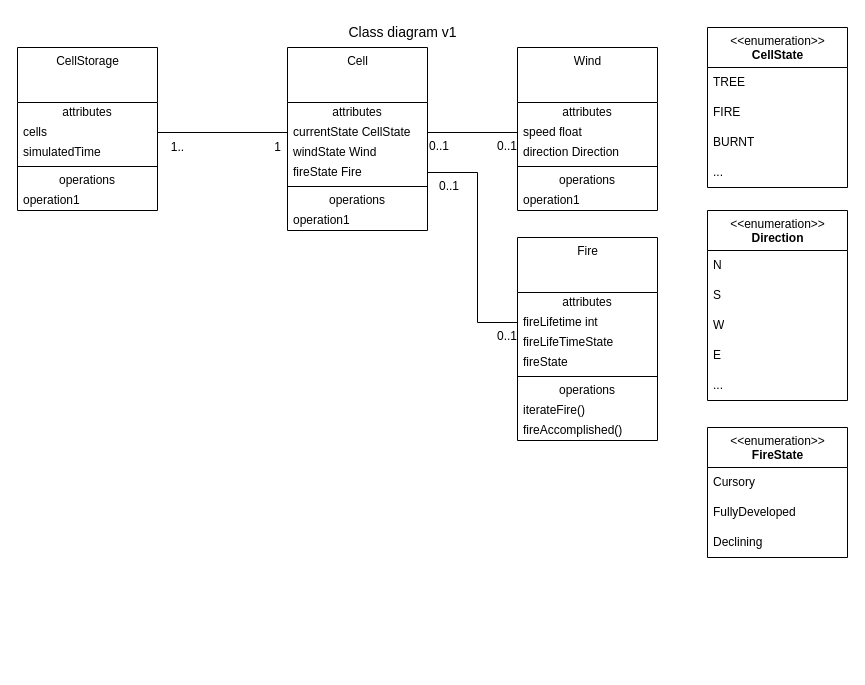
peacekeeper228/wildfire_analysis keeps this draw.io diagram as docs/classDiagram.drawio. Above is the earlier version. Source tidied: cells renumbered, new cells numbered last; positions are measured from the earlier drawing's top-left corner, leaving out a move shared by most shapes. Both pictures are drawn from the tidied source at 100%, with x=0, y=0 at pixel (17, 17).
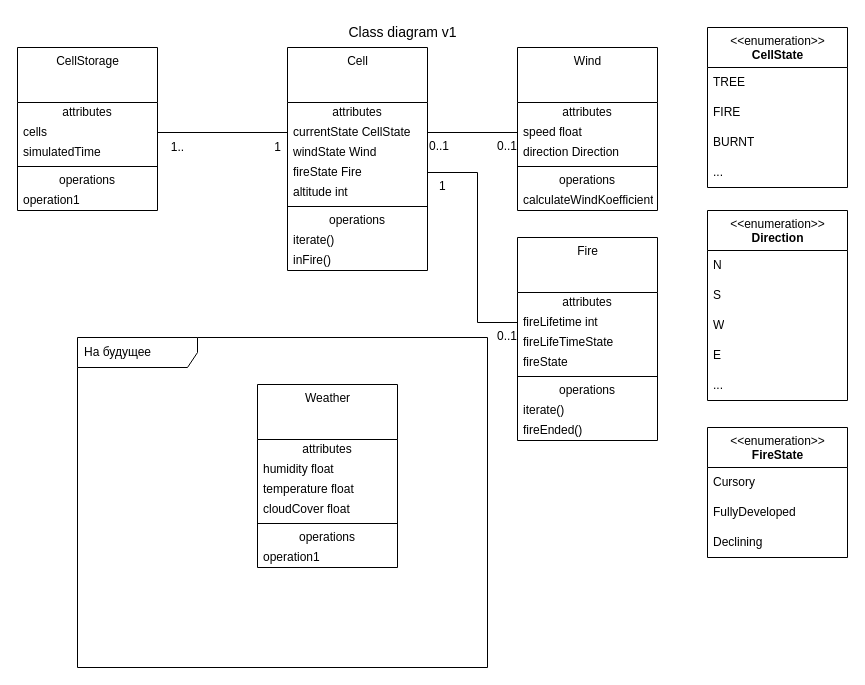
After the change.

Unchanged cells that the change refers to:
```xml
<mxCell id="22" value="Wind" style="swimlane;fontStyle=0;align=center;verticalAlign=top;horizontal=1;startSize=55;html=1;" parent="1" vertex="1">
  <mxGeometry x="500" y="30" width="140" height="163" as="geometry" />
</mxCell>
<mxCell id="43" value="Fire" style="swimlane;fontStyle=0;align=center;verticalAlign=top;horizontal=1;startSize=55;html=1;" parent="1" vertex="1">
  <mxGeometry x="500" y="220" width="140" height="203" as="geometry" />
</mxCell>
<mxCell id="56" style="endArrow=none;html=1;rounded=0;align=center;verticalAlign=top;endFill=0;labelBackgroundColor=none;exitX=1;exitY=0.5;exitDx=0;exitDy=0;entryX=0;entryY=0.5;entryDx=0;entryDy=0;" parent="1" edge="1" source="6" target="45">
  <mxGeometry relative="1" as="geometry">
    <Array as="points">
      <mxPoint x="460" y="155" />
      <mxPoint x="460" y="305" />
    </Array>
  </mxGeometry>
</mxCell>
```

What changed in the source:
```diff
@@
     <mxCell id="2" value="Cell" style="swimlane;fontStyle=0;align=center;verticalAlign=top;horizontal=1;startSize=55;html=1;" parent="1" vertex="1">
-      <mxGeometry x="270" y="30" width="140" height="183" as="geometry" />
+      <mxGeometry x="270" y="30" width="140" height="223" as="geometry" />
     </mxCell>
@@
+    <mxCell id="62" value="altitude int" style="text;html=1;strokeColor=none;fillColor=none;align=left;verticalAlign=middle;spacingLeft=4;spacingRight=4;overflow=hidden;" parent="2" vertex="1">
+      <mxGeometry y="135" width="140" height="20" as="geometry" />
+    </mxCell>
     <mxCell id="7" style="line;strokeWidth=1;fillColor=none;align=left;verticalAlign=middle;spacingTop=-1;spacingLeft=3;spacingRight=3;labelPosition=right;" parent="2" vertex="1">
-      <mxGeometry y="135" width="140" height="8" as="geometry" />
+      <mxGeometry y="155" width="140" height="8" as="geometry" />
     </mxCell>
     <mxCell id="8" value="operations" style="text;html=1;strokeColor=none;fillColor=none;align=center;verticalAlign=middle;spacingLeft=4;spacingRight=4;overflow=hidden;" parent="2" vertex="1">
-      <mxGeometry y="143" width="140" height="20" as="geometry" />
+      <mxGeometry y="163" width="140" height="20" as="geometry" />
     </mxCell>
-    <mxCell id="9" value="operation1" style="text;html=1;strokeColor=none;fillColor=none;align=left;verticalAlign=middle;spacingLeft=4;spacingRight=4;overflow=hidden;" parent="2" vertex="1">
-      <mxGeometry y="163" width="140" height="20" as="geometry" />
+    <mxCell id="9" value="iterate()" style="text;html=1;strokeColor=none;fillColor=none;align=left;verticalAlign=middle;spacingLeft=4;spacingRight=4;overflow=hidden;" parent="2" vertex="1">
+      <mxGeometry y="183" width="140" height="20" as="geometry" />
     </mxCell>
+    <mxCell id="63" value="inFire()" style="text;html=1;strokeColor=none;fillColor=none;align=left;verticalAlign=middle;spacingLeft=4;spacingRight=4;overflow=hidden;" parent="2" vertex="1">
+      <mxGeometry y="203" width="140" height="20" as="geometry" />
+    </mxCell>
@@
-    <mxCell id="28" value="operation1" style="text;html=1;strokeColor=none;fillColor=none;align=left;verticalAlign=middle;spacingLeft=4;spacingRight=4;overflow=hidden;" parent="22" vertex="1">
+    <mxCell id="28" value="calculateWindKoefficient" style="text;html=1;strokeColor=none;fillColor=none;align=left;verticalAlign=middle;spacingLeft=4;spacingRight=4;overflow=hidden;" parent="22" vertex="1">
       <mxGeometry y="143" width="140" height="20" as="geometry" />
     </mxCell>
@@
-    <mxCell id="50" value="iterateFire()" style="text;html=1;strokeColor=none;fillColor=none;align=left;verticalAlign=middle;spacingLeft=4;spacingRight=4;overflow=hidden;" parent="43" vertex="1">
+    <mxCell id="50" value="iterate()" style="text;html=1;strokeColor=none;fillColor=none;align=left;verticalAlign=middle;spacingLeft=4;spacingRight=4;overflow=hidden;" parent="43" vertex="1">
       <mxGeometry y="163" width="140" height="20" as="geometry" />
     </mxCell>
-    <mxCell id="51" value="fireAccomplished()" style="text;html=1;strokeColor=none;fillColor=none;align=left;verticalAlign=middle;spacingLeft=4;spacingRight=4;overflow=hidden;" parent="43" vertex="1">
+    <mxCell id="51" value="fireEnded()" style="text;html=1;strokeColor=none;fillColor=none;align=left;verticalAlign=middle;spacingLeft=4;spacingRight=4;overflow=hidden;" parent="43" vertex="1">
       <mxGeometry y="183" width="140" height="20" as="geometry" />
     </mxCell>
@@
-    <mxCell id="58" value="0..1" style="html=1;align=left;verticalAlign=top;labelBackgroundColor=none;" parent="56" vertex="1">
+    <mxCell id="58" value="1" style="html=1;align=left;verticalAlign=top;labelBackgroundColor=none;" parent="56" vertex="1">
       <mxGeometry x="-1" relative="1" as="geometry">
         <mxPoint x="10" as="offset" />
       </mxGeometry>
     </mxCell>
@@
+    <mxCell id="64" value="Weather" style="swimlane;fontStyle=0;align=center;verticalAlign=top;horizontal=1;startSize=55;html=1;" parent="1" vertex="1">
+      <mxGeometry x="240" y="367" width="140" height="183" as="geometry" />
+    </mxCell>
+    <mxCell id="65" value="attributes" style="text;html=1;strokeColor=none;fillColor=none;align=center;verticalAlign=middle;spacingLeft=4;spacingRight=4;overflow=hidden;" parent="64" vertex="1">
+      <mxGeometry y="55" width="140" height="20" as="geometry" />
+    </mxCell>
+    <mxCell id="66" value="humidity float" style="text;html=1;strokeColor=none;fillColor=none;align=left;verticalAlign=middle;spacingLeft=4;spacingRight=4;overflow=hidden;" parent="64" vertex="1">
+      <mxGeometry y="75" width="140" height="20" as="geometry" />
+    </mxCell>
+    <mxCell id="67" value="temperature float" style="text;html=1;strokeColor=none;fillColor=none;align=left;verticalAlign=middle;spacingLeft=4;spacingRight=4;overflow=hidden;" parent="64" vertex="1">
+      <mxGeometry y="95" width="140" height="20" as="geometry" />
+    </mxCell>
+    <mxCell id="68" value="cloudCover float" style="text;html=1;strokeColor=none;fillColor=none;align=left;verticalAlign=middle;spacingLeft=4;spacingRight=4;overflow=hidden;" parent="64" vertex="1">
+      <mxGeometry y="115" width="140" height="20" as="geometry" />
+    </mxCell>
+    <mxCell id="69" style="line;strokeWidth=1;fillColor=none;align=left;verticalAlign=middle;spacingTop=-1;spacingLeft=3;spacingRight=3;labelPosition=right;" parent="64" vertex="1">
+      <mxGeometry y="135" width="140" height="8" as="geometry" />
+    </mxCell>
+    <mxCell id="70" value="operations" style="text;html=1;strokeColor=none;fillColor=none;align=center;verticalAlign=middle;spacingLeft=4;spacingRight=4;overflow=hidden;" parent="64" vertex="1">
+      <mxGeometry y="143" width="140" height="20" as="geometry" />
+    </mxCell>
+    <mxCell id="71" value="operation1" style="text;html=1;strokeColor=none;fillColor=none;align=left;verticalAlign=middle;spacingLeft=4;spacingRight=4;overflow=hidden;" parent="64" vertex="1">
+      <mxGeometry y="163" width="140" height="20" as="geometry" />
+    </mxCell>
+    <mxCell id="72" value="На будущее" style="shape=umlFrame;whiteSpace=wrap;html=1;width=120;height=30;boundedLbl=1;verticalAlign=middle;align=left;spacingLeft=5;" parent="1" vertex="1">
+      <mxGeometry x="60" y="320" width="410" height="330" as="geometry" />
+    </mxCell>
```
